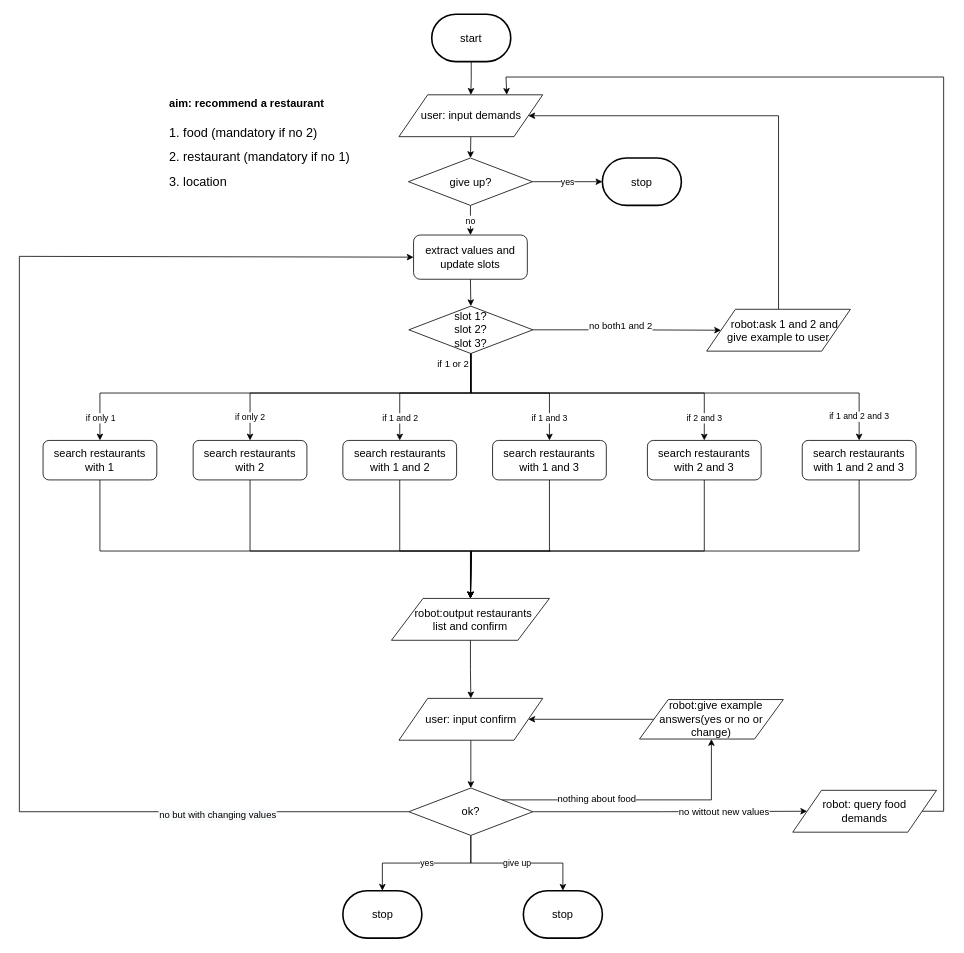
This is flow_diagram/dinning_consult.drawio from ricosr/travel_consult_chatbot, a draw.io file, before an edit. Source tidied: cells renumbered, new cells numbered last; positions are measured from the earlier drawing's top-left corner, leaving out a move shared by most shapes. Both pictures are drawn from the tidied source at 79%, with x=0, y=0 at pixel (19, 14).
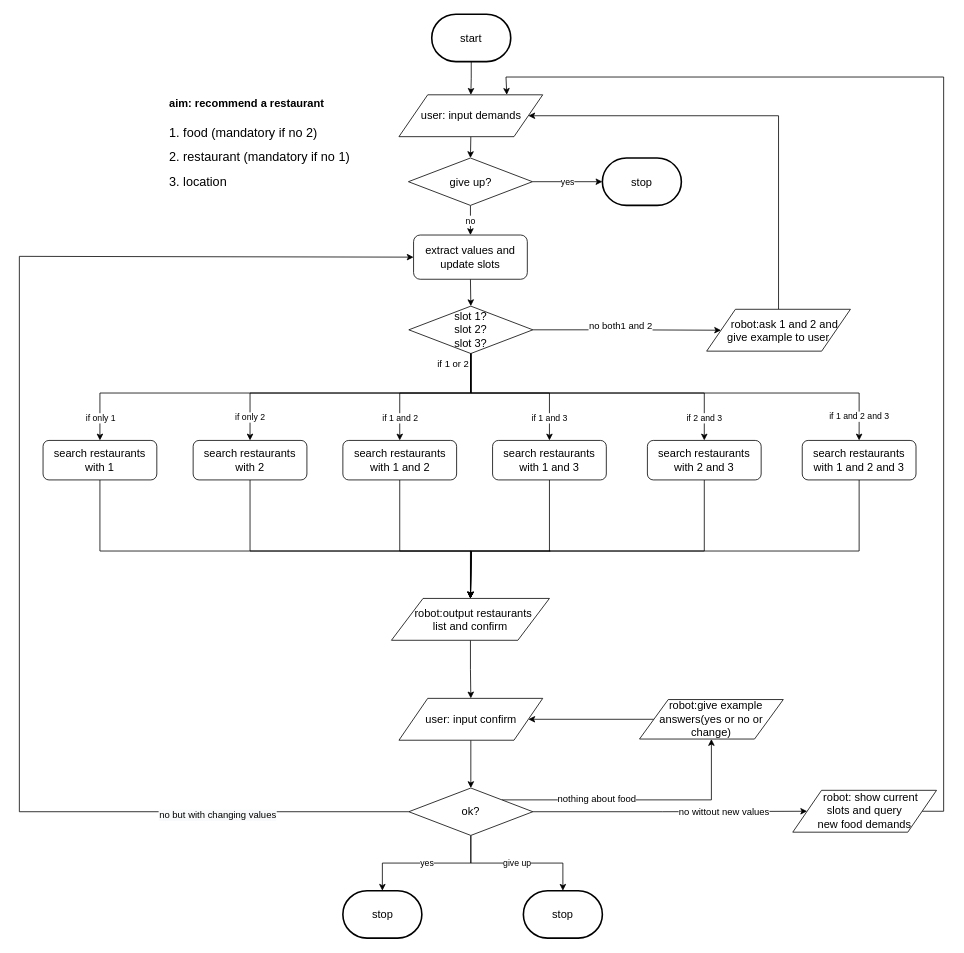
The same diagram, later.

The edit, as a diff of the source:
```diff
@@
-    <mxCell id="10" value="&lt;font style=&quot;font-size: 14px&quot;&gt;robot:&amp;nbsp;&lt;/font&gt;&lt;span style=&quot;font-size: 14px&quot;&gt;query food &lt;br&gt;demands&lt;/span&gt;" style="shape=parallelogram;perimeter=parallelogramPerimeter;whiteSpace=wrap;html=1;" parent="1" vertex="1">
+    <mxCell id="10" value="&lt;font style=&quot;font-size: 14px&quot;&gt;&amp;nbsp; &amp;nbsp; robot: show current &lt;br&gt;slots and&amp;nbsp;&lt;/font&gt;&lt;span style=&quot;font-size: 14px&quot;&gt;query &lt;br&gt;new food demands&lt;/span&gt;" style="shape=parallelogram;perimeter=parallelogramPerimeter;whiteSpace=wrap;html=1;" parent="1" vertex="1">
       <mxGeometry x="979" y="981.9" width="182" height="53" as="geometry" />
     </mxCell>
```
